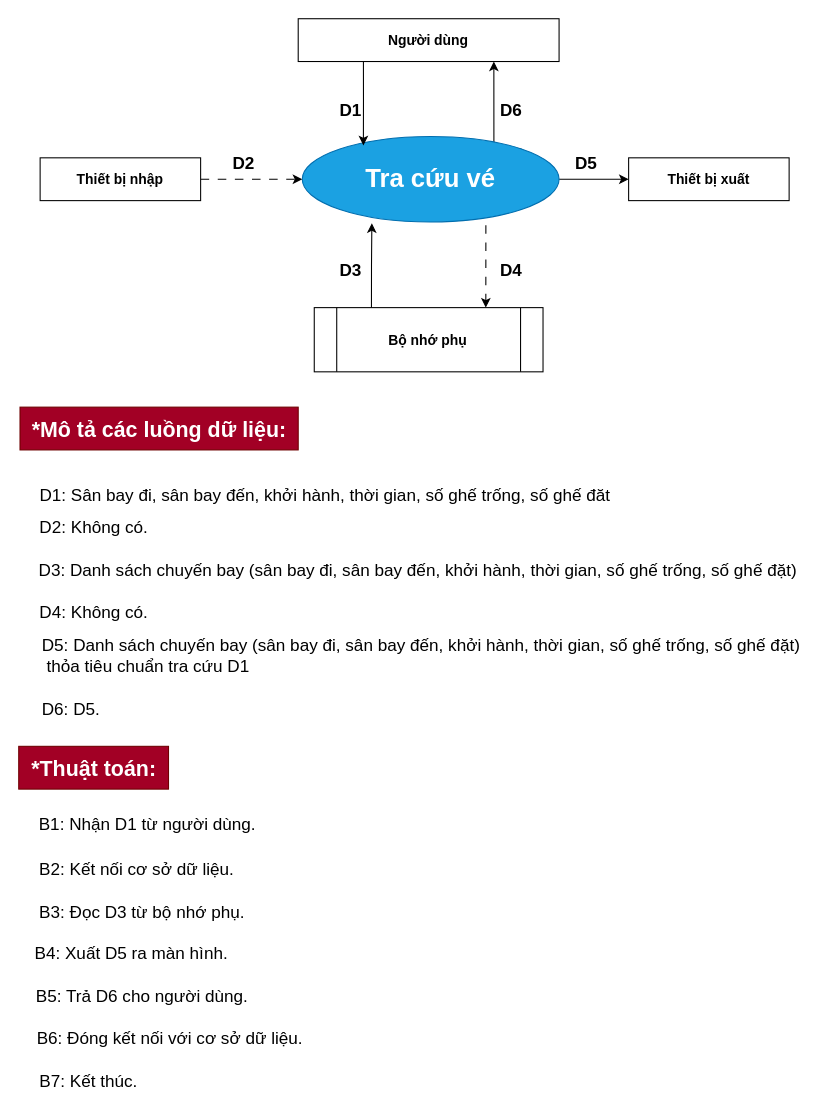
Above: DFD/DFD_Drawio/yc4_tracuu.drawio in phat9824/Flight_ticket_manegement (draw.io), before the change. Source tidied: cells renumbered, new cells numbered last; positions are measured from the earlier drawing's top-left corner, leaving out a move shared by most shapes. Both pictures are drawn from the tidied source at 107%, with x=0, y=0 at pixel (18, 18).
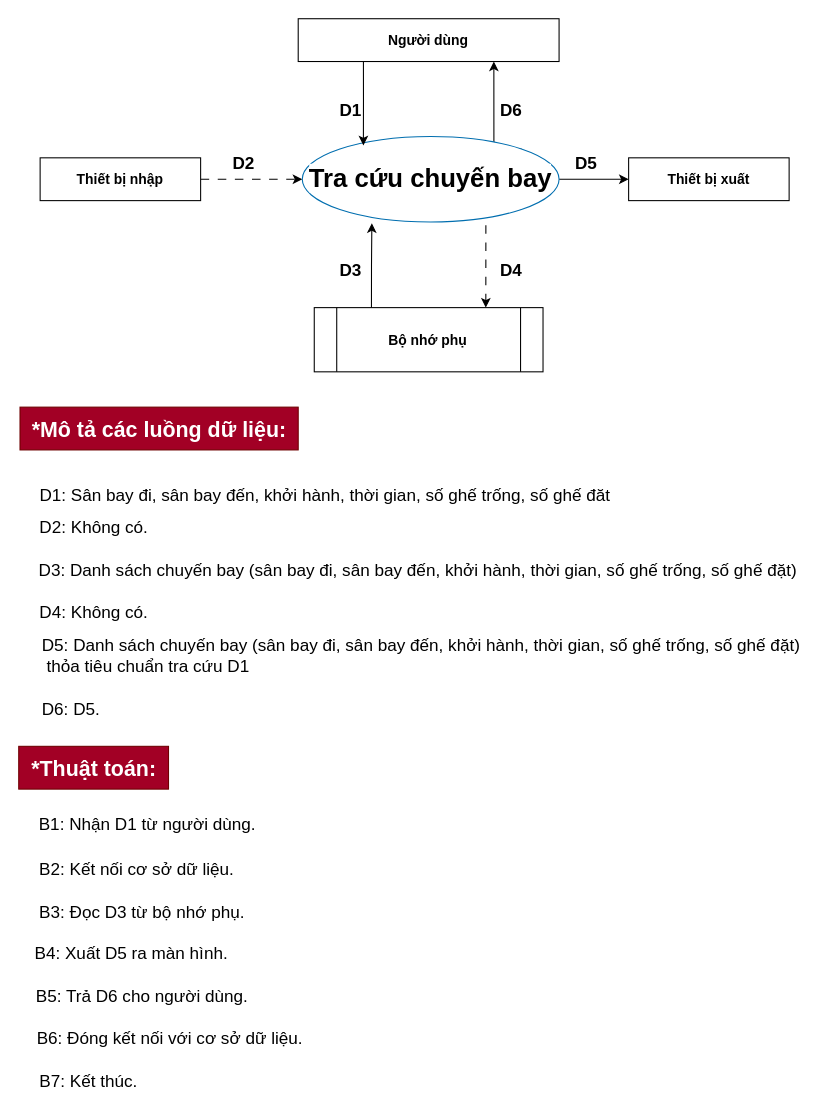
The same diagram, later.

Diff of the diagram source:
```diff
@@
-    <mxCell id="6" value="&lt;font size=&quot;1&quot; style=&quot;&quot;&gt;&lt;b style=&quot;font-size: 24px;&quot;&gt;Tra cứu vé&lt;/b&gt;&lt;/font&gt;" style="ellipse;whiteSpace=wrap;html=1;fillColor=#1ba1e2;strokeColor=#006EAF;fontColor=#ffffff;" parent="1" vertex="1">
+    <mxCell id="6" value="&lt;font color=&quot;#000000&quot; size=&quot;1&quot; style=&quot;&quot;&gt;&lt;b style=&quot;font-size: 24px; background-color: rgb(255, 255, 255);&quot;&gt;Tra cứu chuyến bay&lt;/b&gt;&lt;/font&gt;" style="ellipse;whiteSpace=wrap;html=1;fillColor=#FFFFFF;strokeColor=#006EAF;fontColor=#ffffff;" parent="1" vertex="1">
       <mxGeometry x="265" y="110" width="240" height="80" as="geometry" />
     </mxCell>
```
